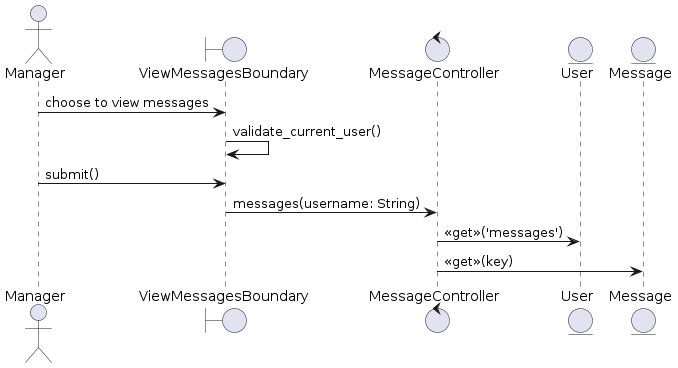
The PlantUML diagram docs/UML/Sequence Diagrams/view-messages.png in LapTQ/MCT, before a commit.
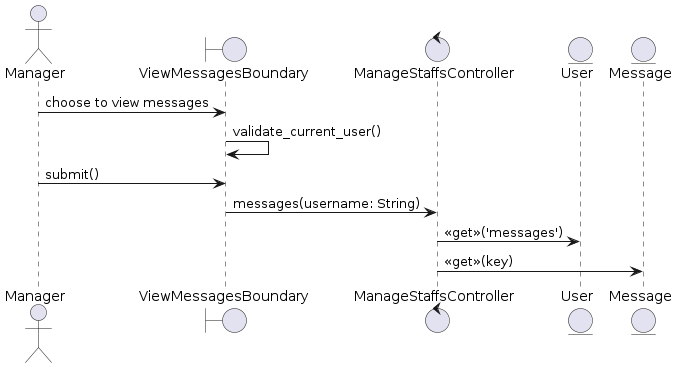
After the commit.

Change to the diagram source:
```diff
@@ -2,7 +2,7 @@
 
 actor Manager as A
 boundary ViewMessagesBoundary as B
-control MessageController as C
+control ManageStaffsController as C
 entity User as E1
 entity Message as E2
 
```
